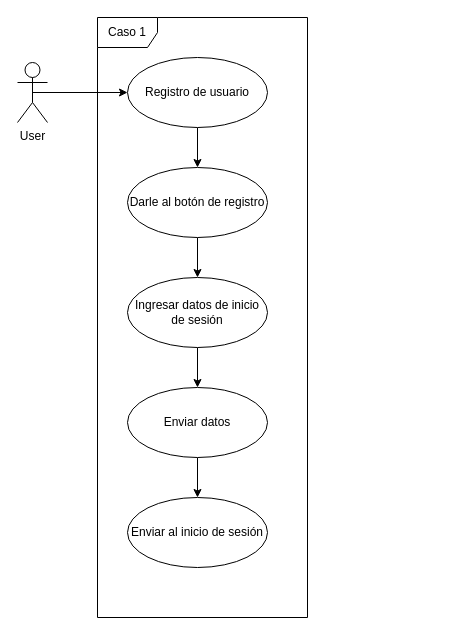
Earlier version of the draw.io diagram page "Registro de usuario" (1 of 5) of docs/SENASOFT_casos-de-negocio.drawio (StivenKN/learning-quokka). Source tidied: cells renumbered, new cells numbered last; positions are measured from the earlier drawing's top-left corner, leaving out a move shared by most shapes. Both pictures are drawn from the tidied source at 100%, with x=0, y=0 at pixel (17, 17).
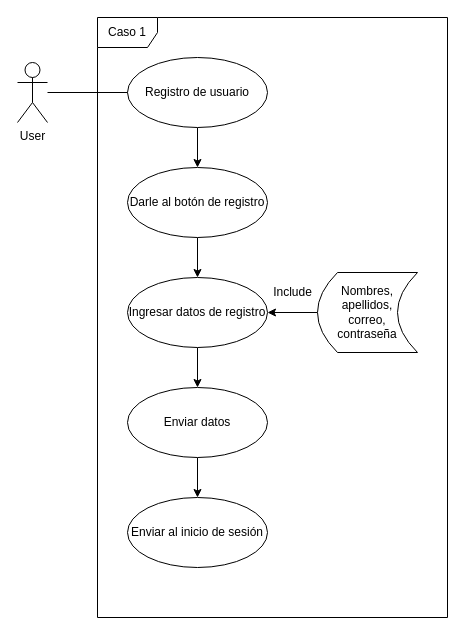
The same diagram, later.

Diff of the diagram source:
```diff
@@
 <mxGraphModel>
   <root>
     <mxCell id="0" />
     <mxCell id="1" parent="0" />
-    <mxCell id="2" style="edgeStyle=orthogonalEdgeStyle;rounded=0;jettySize=auto;html=1;exitX=0.5;exitY=0.5;exitDx=0;exitDy=0;exitPerimeter=0;entryX=0;entryY=0.5;entryDx=0;entryDy=0;" parent="1" edge="1" source="3" target="6">
-      <mxGeometry relative="1" as="geometry" />
-    </mxCell>
     <mxCell id="3" value="&lt;div&gt;User&lt;/div&gt;&lt;div&gt;&lt;br&gt;&lt;/div&gt;" style="shape=umlActor;verticalLabelPosition=bottom;verticalAlign=top;html=1;outlineConnect=0;" parent="1" vertex="1">
       <mxGeometry y="45" width="30" height="60" as="geometry" />
     </mxCell>
     <mxCell id="4" value="Caso 1" style="shape=umlFrame;whiteSpace=wrap;html=1;" parent="1" vertex="1">
-      <mxGeometry x="80" width="210" height="600" as="geometry" />
+      <mxGeometry x="80" width="350" height="600" as="geometry" />
     </mxCell>
     <mxCell id="5" style="edgeStyle=orthogonalEdgeStyle;rounded=0;jettySize=auto;html=1;entryX=0.5;entryY=0;entryDx=0;entryDy=0;" parent="1" edge="1" source="6" target="8">
       <mxGeometry relative="1" as="geometry" />
     </mxCell>
     <mxCell id="6" value="Registro de usuario" style="ellipse;whiteSpace=wrap;html=1;" parent="1" vertex="1">
       <mxGeometry x="110" y="40" width="140" height="70" as="geometry" />
     </mxCell>
     <mxCell id="7" style="edgeStyle=orthogonalEdgeStyle;rounded=0;jettySize=auto;html=1;entryX=0.5;entryY=0;entryDx=0;entryDy=0;" parent="1" edge="1" source="8" target="10">
       <mxGeometry relative="1" as="geometry" />
     </mxCell>
     <mxCell id="8" value="Darle al botón de registro" style="ellipse;whiteSpace=wrap;html=1;" parent="1" vertex="1">
       <mxGeometry x="110" y="150" width="140" height="70" as="geometry" />
     </mxCell>
     <mxCell id="9" style="edgeStyle=orthogonalEdgeStyle;rounded=0;jettySize=auto;html=1;entryX=0.5;entryY=0;entryDx=0;entryDy=0;" parent="1" edge="1" source="10" target="12">
       <mxGeometry relative="1" as="geometry" />
     </mxCell>
-    <mxCell id="10" value="Ingresar datos de inicio de sesión" style="ellipse;whiteSpace=wrap;html=1;" parent="1" vertex="1">
+    <mxCell id="10" value="Ingresar datos de registro" style="ellipse;whiteSpace=wrap;html=1;" parent="1" vertex="1">
       <mxGeometry x="110" y="260" width="140" height="70" as="geometry" />
     </mxCell>
     <mxCell id="11" style="edgeStyle=orthogonalEdgeStyle;rounded=0;jettySize=auto;html=1;entryX=0.5;entryY=0;entryDx=0;entryDy=0;" parent="1" edge="1" source="12" target="13">
       <mxGeometry relative="1" as="geometry" />
     </mxCell>
     <mxCell id="12" value="Enviar datos" style="ellipse;whiteSpace=wrap;html=1;" parent="1" vertex="1">
       <mxGeometry x="110" y="370" width="140" height="70" as="geometry" />
     </mxCell>
     <mxCell id="13" value="Enviar al inicio de sesión" style="ellipse;whiteSpace=wrap;html=1;" parent="1" vertex="1">
       <mxGeometry x="110" y="480" width="140" height="70" as="geometry" />
     </mxCell>
+    <mxCell id="14" style="edgeStyle=orthogonalEdgeStyle;rounded=0;jettySize=auto;html=1;entryX=1;entryY=0.5;entryDx=0;entryDy=0;" parent="1" edge="1" source="15" target="10">
+      <mxGeometry relative="1" as="geometry" />
+    </mxCell>
+    <mxCell id="15" value="Nombres, apellidos, &lt;br&gt;correo, contraseña" style="shape=dataStorage;whiteSpace=wrap;html=1;fixedSize=1;" parent="1" vertex="1">
+      <mxGeometry x="300" y="255" width="100" height="80" as="geometry" />
+    </mxCell>
+    <mxCell id="16" value="Include" style="text;html=1;align=center;verticalAlign=middle;strokeColor=none;fillColor=none;" parent="1" vertex="1">
+      <mxGeometry x="245" y="260" width="60" height="30" as="geometry" />
+    </mxCell>
+    <mxCell id="17" style="line;strokeWidth=1;fillColor=none;align=left;verticalAlign=middle;spacingTop=-1;spacingLeft=3;spacingRight=3;labelPosition=right;strokeColor=inherit;" parent="1" vertex="1">
+      <mxGeometry x="30" y="71" width="80" height="8" as="geometry" />
+    </mxCell>
   </root>
 </mxGraphModel>
```
